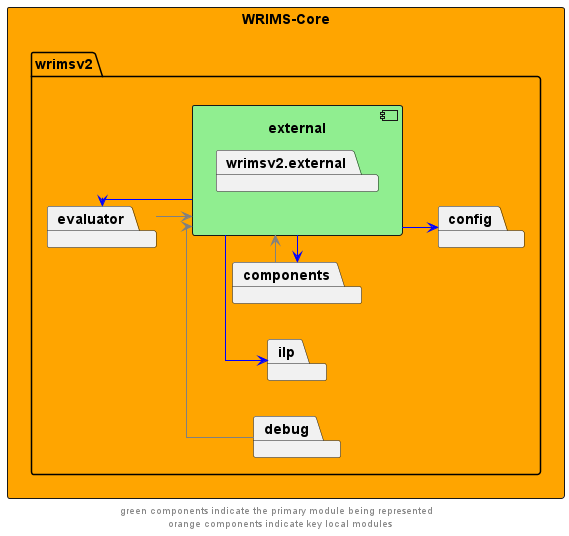
This is docs/diagrams/wrims-core/wrims-core_external.png from CentralValleyModeling/wrims, a PlantUML export, as it was before one commit.
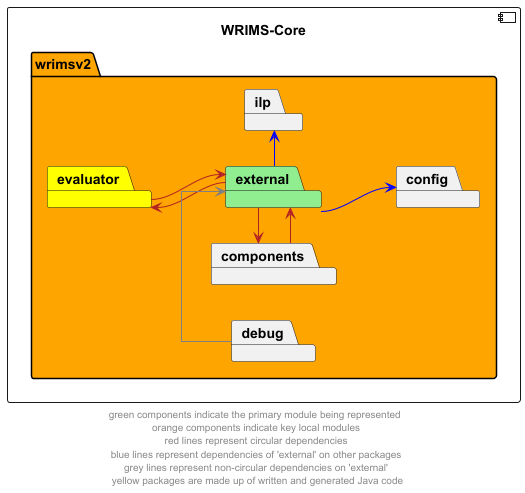
Above is the later version.

The edit, as a diff of the source:
```diff
@@ -2,24 +2,22 @@
 left to right direction
 skinparam linetype ortho
 
-rectangle wrims_core as "WRIMS-Core" #orange {
-    package wrimsv2 {
-        component external #lightgreen {
-            package wrimsv2.external
-        }
+component wrims_core as "WRIMS-Core" {
+    package wrimsv2  #orange{
+        package external #lightgreen
         package components
         package config
         package debug
-        package evaluator
+        package evaluator #yellow
         package ilp
     }
 }
 
-components -r-> external #grey
-external -l-> components #blue
+components -r-> external #firebrick
+external -l-> components #firebrick
 
-evaluator -r-> external #grey
-external -l-> evaluator #blue
+evaluator -r-> external #firebrick
+external -l-> evaluator #firebrick
 
 external -r-> ilp #blue
 external --> config #blue
@@ -28,5 +26,5 @@
 
 components -u[hidden]-> evaluator
 
-footer "green components indicate the primary module being represented \n orange components indicate key local modules"
+footer "green components indicate the primary module being represented \n orange components indicate key local modules \n red lines represent circular dependencies \n blue lines represent dependencies of 'external' on other packages \n grey lines represent non-circular dependencies on 'external' \n yellow packages are made up of written and generated Java code"
 @enduml
```
